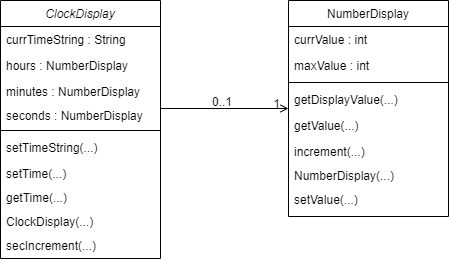
PYKSOJ/java-clock-display keeps this draw.io diagram as ClockDisplayDiagram.drawio.png. Above is the earlier version. Source tidied: cells renumbered, new cells last; positions are measured from the earlier drawing's top-left corner, leaving out a move shared by most shapes.
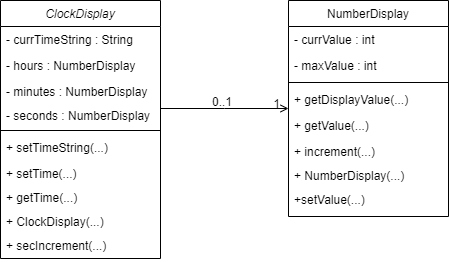
After the change.

Diff of the diagram source:
```diff
@@ -5,61 +5,61 @@
     <mxCell id="2" value="ClockDisplay" style="swimlane;fontStyle=2;align=center;verticalAlign=top;horizontal=1;startSize=26;rounded=0;shadow=0;strokeWidth=1;" parent="1" vertex="1">
       <mxGeometry width="160" height="258" as="geometry" />
     </mxCell>
-    <mxCell id="3" value="currTimeString : String" style="text;align=left;verticalAlign=top;spacingLeft=4;spacingRight=4;overflow=hidden;" parent="2" vertex="1">
+    <mxCell id="3" value="- currTimeString : String" style="text;align=left;verticalAlign=top;spacingLeft=4;spacingRight=4;overflow=hidden;" parent="2" vertex="1">
       <mxGeometry y="26" width="160" height="26" as="geometry" />
     </mxCell>
-    <mxCell id="4" value="hours : NumberDisplay" style="text;align=left;verticalAlign=top;spacingLeft=4;spacingRight=4;overflow=hidden;rounded=0;shadow=0;html=0;" parent="2" vertex="1">
+    <mxCell id="4" value="- hours : NumberDisplay" style="text;align=left;verticalAlign=top;spacingLeft=4;spacingRight=4;overflow=hidden;rounded=0;shadow=0;html=0;" parent="2" vertex="1">
       <mxGeometry y="52" width="160" height="26" as="geometry" />
     </mxCell>
-    <mxCell id="5" value="minutes : NumberDisplay&#10;" style="text;align=left;verticalAlign=top;spacingLeft=4;spacingRight=4;overflow=hidden;rounded=0;shadow=0;html=0;" parent="2" vertex="1">
+    <mxCell id="5" value="- minutes : NumberDisplay&#10;" style="text;align=left;verticalAlign=top;spacingLeft=4;spacingRight=4;overflow=hidden;rounded=0;shadow=0;html=0;" parent="2" vertex="1">
       <mxGeometry y="78" width="160" height="24" as="geometry" />
     </mxCell>
-    <mxCell id="6" value="seconds : NumberDisplay&#10;" style="text;align=left;verticalAlign=top;spacingLeft=4;spacingRight=4;overflow=hidden;rounded=0;shadow=0;html=0;" parent="2" vertex="1">
+    <mxCell id="6" value="- seconds : NumberDisplay&#10;" style="text;align=left;verticalAlign=top;spacingLeft=4;spacingRight=4;overflow=hidden;rounded=0;shadow=0;html=0;" parent="2" vertex="1">
       <mxGeometry y="102" width="160" height="24" as="geometry" />
     </mxCell>
     <mxCell id="7" style="line;html=1;strokeWidth=1;align=left;verticalAlign=middle;spacingTop=-1;spacingLeft=3;spacingRight=3;labelPosition=right;" parent="2" vertex="1">
       <mxGeometry y="126" width="160" height="8" as="geometry" />
     </mxCell>
-    <mxCell id="8" value="setTimeString(...)" style="text;align=left;verticalAlign=top;spacingLeft=4;spacingRight=4;overflow=hidden;" parent="2" vertex="1">
+    <mxCell id="8" value="+ setTimeString(...)" style="text;align=left;verticalAlign=top;spacingLeft=4;spacingRight=4;overflow=hidden;" parent="2" vertex="1">
       <mxGeometry y="134" width="160" height="26" as="geometry" />
     </mxCell>
-    <mxCell id="9" value="setTime(...)" style="text;align=left;verticalAlign=top;spacingLeft=4;spacingRight=4;overflow=hidden;rounded=0;shadow=0;html=0;" parent="2" vertex="1">
+    <mxCell id="9" value="+ setTime(...)" style="text;align=left;verticalAlign=top;spacingLeft=4;spacingRight=4;overflow=hidden;rounded=0;shadow=0;html=0;" parent="2" vertex="1">
       <mxGeometry y="160" width="160" height="24" as="geometry" />
     </mxCell>
-    <mxCell id="10" value="getTime(...)" style="text;align=left;verticalAlign=top;spacingLeft=4;spacingRight=4;overflow=hidden;rounded=0;shadow=0;html=0;" parent="2" vertex="1">
+    <mxCell id="10" value="+ getTime(...)" style="text;align=left;verticalAlign=top;spacingLeft=4;spacingRight=4;overflow=hidden;rounded=0;shadow=0;html=0;" parent="2" vertex="1">
       <mxGeometry y="184" width="160" height="24" as="geometry" />
     </mxCell>
-    <mxCell id="11" value="ClockDisplay(...)" style="text;align=left;verticalAlign=top;spacingLeft=4;spacingRight=4;overflow=hidden;rounded=0;shadow=0;html=0;" parent="2" vertex="1">
+    <mxCell id="11" value="+ ClockDisplay(...)" style="text;align=left;verticalAlign=top;spacingLeft=4;spacingRight=4;overflow=hidden;rounded=0;shadow=0;html=0;" parent="2" vertex="1">
       <mxGeometry y="208" width="160" height="24" as="geometry" />
     </mxCell>
-    <mxCell id="12" value="secIncrement(...)" style="text;align=left;verticalAlign=top;spacingLeft=4;spacingRight=4;overflow=hidden;rounded=0;shadow=0;html=0;" parent="2" vertex="1">
+    <mxCell id="12" value="+ secIncrement(...)" style="text;align=left;verticalAlign=top;spacingLeft=4;spacingRight=4;overflow=hidden;rounded=0;shadow=0;html=0;" parent="2" vertex="1">
       <mxGeometry y="232" width="160" height="26" as="geometry" />
     </mxCell>
     <mxCell id="13" value="NumberDisplay" style="swimlane;fontStyle=0;align=center;verticalAlign=top;horizontal=1;startSize=26;rounded=0;shadow=0;strokeWidth=1;" parent="1" vertex="1">
       <mxGeometry x="288" width="160" height="216" as="geometry" />
     </mxCell>
-    <mxCell id="14" value="currValue : int" style="text;align=left;verticalAlign=top;spacingLeft=4;spacingRight=4;overflow=hidden;" parent="13" vertex="1">
+    <mxCell id="14" value="- currValue : int" style="text;align=left;verticalAlign=top;spacingLeft=4;spacingRight=4;overflow=hidden;" parent="13" vertex="1">
       <mxGeometry y="26" width="160" height="26" as="geometry" />
     </mxCell>
-    <mxCell id="15" value="maxValue : int" style="text;align=left;verticalAlign=top;spacingLeft=4;spacingRight=4;overflow=hidden;rounded=0;shadow=0;html=0;" parent="13" vertex="1">
+    <mxCell id="15" value="- maxValue : int" style="text;align=left;verticalAlign=top;spacingLeft=4;spacingRight=4;overflow=hidden;rounded=0;shadow=0;html=0;" parent="13" vertex="1">
       <mxGeometry y="52" width="160" height="26" as="geometry" />
     </mxCell>
     <mxCell id="16" style="line;html=1;strokeWidth=1;align=left;verticalAlign=middle;spacingTop=-1;spacingLeft=3;spacingRight=3;labelPosition=right;" parent="13" vertex="1">
       <mxGeometry y="78" width="160" height="8" as="geometry" />
     </mxCell>
-    <mxCell id="17" value="getDisplayValue(...)" style="text;align=left;verticalAlign=top;spacingLeft=4;spacingRight=4;overflow=hidden;" parent="13" vertex="1">
+    <mxCell id="17" value="+ getDisplayValue(...)" style="text;align=left;verticalAlign=top;spacingLeft=4;spacingRight=4;overflow=hidden;" parent="13" vertex="1">
       <mxGeometry y="86" width="160" height="26" as="geometry" />
     </mxCell>
-    <mxCell id="18" value="getValue(...)" style="text;align=left;verticalAlign=top;spacingLeft=4;spacingRight=4;overflow=hidden;" parent="13" vertex="1">
+    <mxCell id="18" value="+ getValue(...)" style="text;align=left;verticalAlign=top;spacingLeft=4;spacingRight=4;overflow=hidden;" parent="13" vertex="1">
       <mxGeometry y="112" width="160" height="26" as="geometry" />
     </mxCell>
-    <mxCell id="19" value="increment(...)" style="text;align=left;verticalAlign=top;spacingLeft=4;spacingRight=4;overflow=hidden;rounded=0;shadow=0;html=0;" parent="13" vertex="1">
+    <mxCell id="19" value="+ increment(...)" style="text;align=left;verticalAlign=top;spacingLeft=4;spacingRight=4;overflow=hidden;rounded=0;shadow=0;html=0;" parent="13" vertex="1">
       <mxGeometry y="138" width="160" height="24" as="geometry" />
     </mxCell>
-    <mxCell id="20" value="NumberDisplay(...)" style="text;align=left;verticalAlign=top;spacingLeft=4;spacingRight=4;overflow=hidden;rounded=0;shadow=0;html=0;" parent="13" vertex="1">
+    <mxCell id="20" value="+ NumberDisplay(...)" style="text;align=left;verticalAlign=top;spacingLeft=4;spacingRight=4;overflow=hidden;rounded=0;shadow=0;html=0;" parent="13" vertex="1">
       <mxGeometry y="162" width="160" height="24" as="geometry" />
     </mxCell>
-    <mxCell id="21" value="setValue(...)" style="text;align=left;verticalAlign=top;spacingLeft=4;spacingRight=4;overflow=hidden;rounded=0;shadow=0;html=0;" parent="13" vertex="1">
+    <mxCell id="21" value="+setValue(...)" style="text;align=left;verticalAlign=top;spacingLeft=4;spacingRight=4;overflow=hidden;rounded=0;shadow=0;html=0;" parent="13" vertex="1">
       <mxGeometry y="186" width="160" height="24" as="geometry" />
     </mxCell>
     <mxCell id="22" style="endArrow=open;shadow=0;strokeWidth=1;rounded=0;endFill=1;edgeStyle=elbowEdgeStyle;elbow=vertical;" parent="1" edge="1" source="2" target="13">
```
